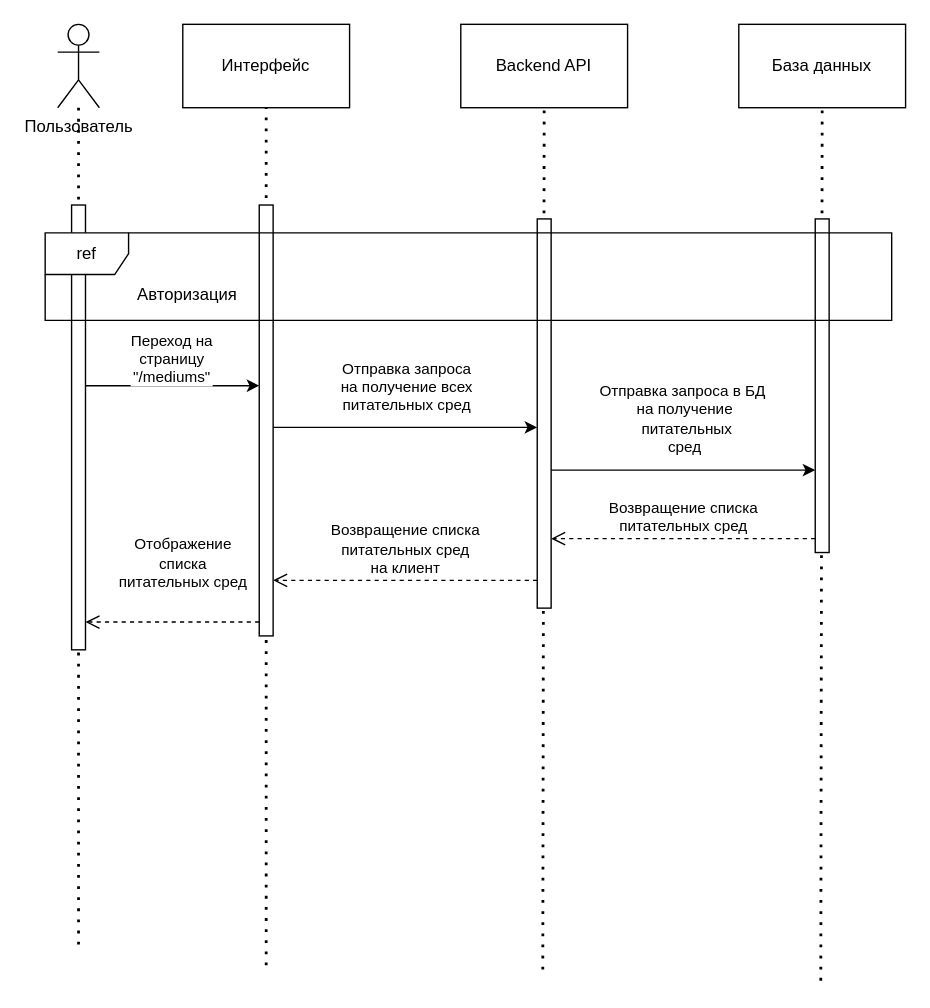
Before: sequence_list-mediums.drawio in eva01pilot/plant-tissue-diagrams, a draw.io diagram. Source tidied: cells renumbered, new cells numbered last; positions are measured from the earlier drawing's top-left corner, leaving out a move shared by most shapes. Both pictures are drawn from the tidied source at 139%, with x=0, y=0 at pixel (44, 24).
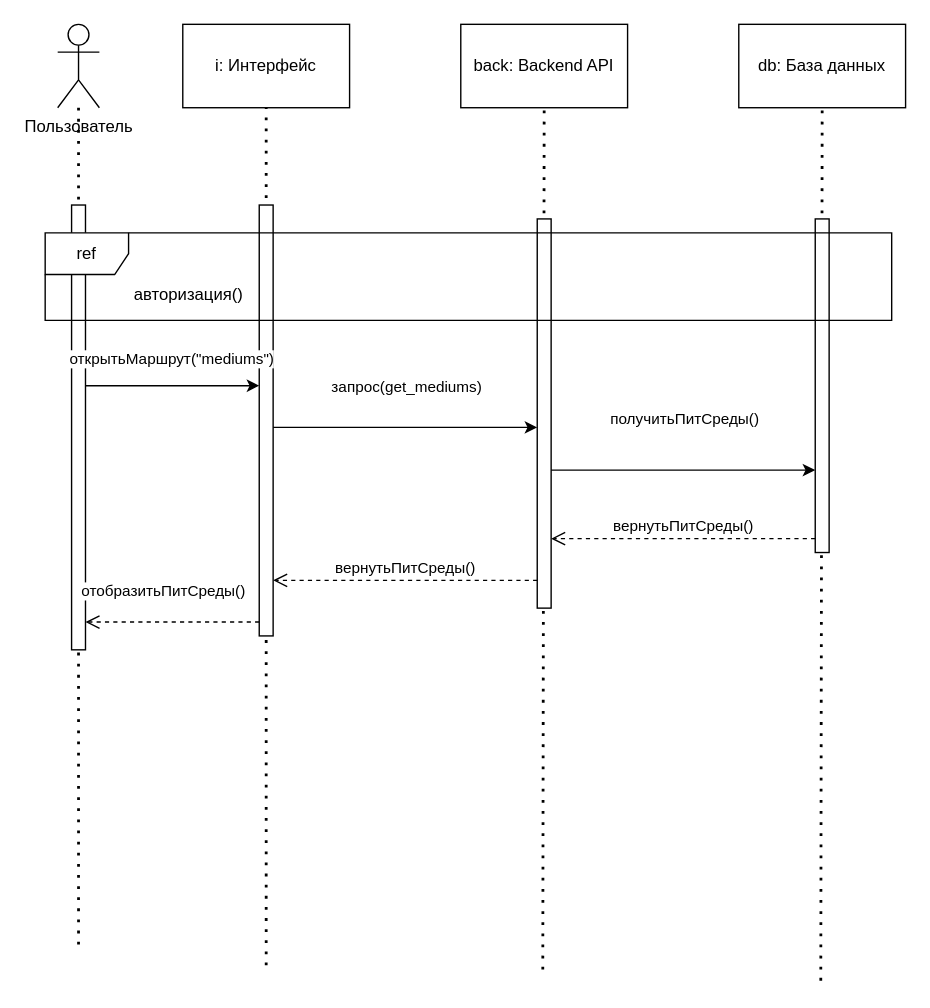
The same diagram, later.

The change refers to these unchanged cells:
```xml
<mxCell id="16" style="endArrow=classic;html=1;rounded=0;" parent="1" edge="1" source="8" target="9">
  <mxGeometry relative="1" as="geometry">
    <Array as="points">
      <mxPoint x="109" y="260" />
    </Array>
  </mxGeometry>
</mxCell>
<mxCell id="18" style="endArrow=classic;html=1;rounded=0;" parent="1" edge="1">
  <mxGeometry relative="1" as="geometry">
    <mxPoint x="164" y="290" as="sourcePoint" />
    <mxPoint x="354" y="290" as="targetPoint" />
  </mxGeometry>
</mxCell>
<mxCell id="20" style="endArrow=classic;html=1;rounded=0;" parent="1" edge="1">
  <mxGeometry relative="1" as="geometry">
    <mxPoint x="364" y="320.7" as="sourcePoint" />
    <mxPoint x="554" y="320.7" as="targetPoint" />
  </mxGeometry>
</mxCell>
```

The edit, as a diff of the source:
```diff
@@
-    <mxCell id="7" value="Интерфейс" style="rounded=0;whiteSpace=wrap;html=1;" parent="1" vertex="1">
+    <mxCell id="7" value="i: Интерфейс" style="rounded=0;whiteSpace=wrap;html=1;" parent="1" vertex="1">
       <mxGeometry x="99" width="120" height="60" as="geometry" />
     </mxCell>
@@
-    <mxCell id="10" value="Backend API" style="rounded=0;whiteSpace=wrap;html=1;" parent="1" vertex="1">
+    <mxCell id="10" value="back: Backend API" style="rounded=0;whiteSpace=wrap;html=1;" parent="1" vertex="1">
       <mxGeometry x="299" width="120" height="60" as="geometry" />
     </mxCell>
@@
-    <mxCell id="12" value="База данных" style="rounded=0;whiteSpace=wrap;html=1;" parent="1" vertex="1">
+    <mxCell id="12" value="db: База данных" style="rounded=0;whiteSpace=wrap;html=1;" parent="1" vertex="1">
       <mxGeometry x="499" width="120" height="60" as="geometry" />
     </mxCell>
@@
-    <mxCell id="15" value="Авторизация" style="text;html=1;align=center;verticalAlign=middle;strokeColor=none;fillColor=none;" parent="1" vertex="1">
-      <mxGeometry x="52" y="180" width="100" height="30" as="geometry" />
+    <mxCell id="15" value="авторизация()" style="text;html=1;align=center;verticalAlign=middle;strokeColor=none;fillColor=none;" parent="1" vertex="1">
+      <mxGeometry x="53" y="182" width="99" height="26" as="geometry" />
     </mxCell>
@@
-    <mxCell id="17" value="&lt;div&gt;Переход на &lt;br&gt;&lt;/div&gt;&lt;div&gt;страницу&lt;/div&gt;&lt;div&gt;&quot;/mediums&quot;&lt;br&gt;&lt;/div&gt;" style="edgeLabel;html=1;align=center;verticalAlign=middle;" parent="16" vertex="1">
+    <mxCell id="17" value="открытьМаршрут(&quot;mediums&quot;)" style="edgeLabel;html=1;align=center;verticalAlign=middle;" parent="16" vertex="1">
       <mxGeometry x="-0.11" relative="1" as="geometry">
         <mxPoint x="5" y="-20" as="offset" />
       </mxGeometry>
     </mxCell>
@@
-    <mxCell id="19" value="&lt;div&gt;Отправка запроса&lt;/div&gt;&lt;div&gt;на получение всех&lt;/div&gt;&lt;div&gt;питательных сред&lt;br&gt;&lt;/div&gt;" style="edgeLabel;html=1;align=center;verticalAlign=middle;" parent="18" vertex="1">
+    <mxCell id="19" value="запрос(get_mediums)" style="edgeLabel;html=1;align=center;verticalAlign=middle;" parent="18" vertex="1">
       <mxGeometry x="0.29" relative="1" as="geometry">
         <mxPoint x="-28" y="-30" as="offset" />
       </mxGeometry>
     </mxCell>
@@
-    <mxCell id="21" value="&lt;div&gt;Отправка запроса в БД&amp;nbsp;&lt;/div&gt;&lt;div&gt;на получение&lt;/div&gt;&lt;div&gt;&amp;nbsp;питательных&lt;/div&gt;&lt;div&gt;сред&lt;br&gt;&lt;/div&gt;" style="edgeLabel;html=1;align=center;verticalAlign=middle;" parent="20" vertex="1">
+    <mxCell id="21" value="получитьПитСреды()" style="edgeLabel;html=1;align=center;verticalAlign=middle;" parent="20" vertex="1">
       <mxGeometry x="-0.31" y="2" relative="1" as="geometry">
         <mxPoint x="29" y="-35" as="offset" />
       </mxGeometry>
     </mxCell>
-    <mxCell id="22" value="&lt;div&gt;Возвращение списка&lt;/div&gt;&lt;div&gt;питательных сред&lt;br&gt;&lt;/div&gt;" style="html=1;verticalAlign=bottom;endArrow=open;dashed=1;endSize=8;curved=0;rounded=0;" parent="1" edge="1">
+    <mxCell id="22" value="вернутьПитСреды()" style="html=1;verticalAlign=bottom;endArrow=open;dashed=1;endSize=8;curved=0;rounded=0;" parent="1" edge="1">
       <mxGeometry relative="1" as="geometry">
         <mxPoint x="554" y="370" as="sourcePoint" />
         <mxPoint x="364" y="370" as="targetPoint" />
       </mxGeometry>
     </mxCell>
-    <mxCell id="23" value="&lt;div&gt;Возвращение списка&lt;/div&gt;&lt;div&gt;питательных сред&lt;/div&gt;&lt;div&gt;на клиент&lt;br&gt;&lt;/div&gt;" style="html=1;verticalAlign=bottom;endArrow=open;dashed=1;endSize=8;curved=0;rounded=0;" parent="1" edge="1">
+    <mxCell id="23" value="вернутьПитСреды()" style="html=1;verticalAlign=bottom;endArrow=open;dashed=1;endSize=8;curved=0;rounded=0;" parent="1" edge="1">
       <mxGeometry relative="1" as="geometry">
         <mxPoint x="354" y="400" as="sourcePoint" />
         <mxPoint x="164" y="400" as="targetPoint" />
       </mxGeometry>
     </mxCell>
-    <mxCell id="24" value="&lt;div&gt;Отображение&lt;/div&gt;&lt;div&gt;списка &lt;br&gt;&lt;/div&gt;&lt;div&gt;питательных сред&lt;br&gt;&lt;/div&gt;" style="html=1;verticalAlign=bottom;endArrow=open;dashed=1;endSize=8;curved=0;rounded=0;" parent="1" edge="1">
-      <mxGeometry x="-0.12" y="-20" relative="1" as="geometry">
+    <mxCell id="24" value="отобразитьПитСреды()" style="html=1;verticalAlign=bottom;endArrow=open;dashed=1;endSize=8;curved=0;rounded=0;" parent="1" edge="1">
+      <mxGeometry x="0.1" y="-13" relative="1" as="geometry">
         <mxPoint x="154" y="430" as="sourcePoint" />
         <mxPoint x="29" y="430" as="targetPoint" />
       </mxGeometry>
     </mxCell>
```
